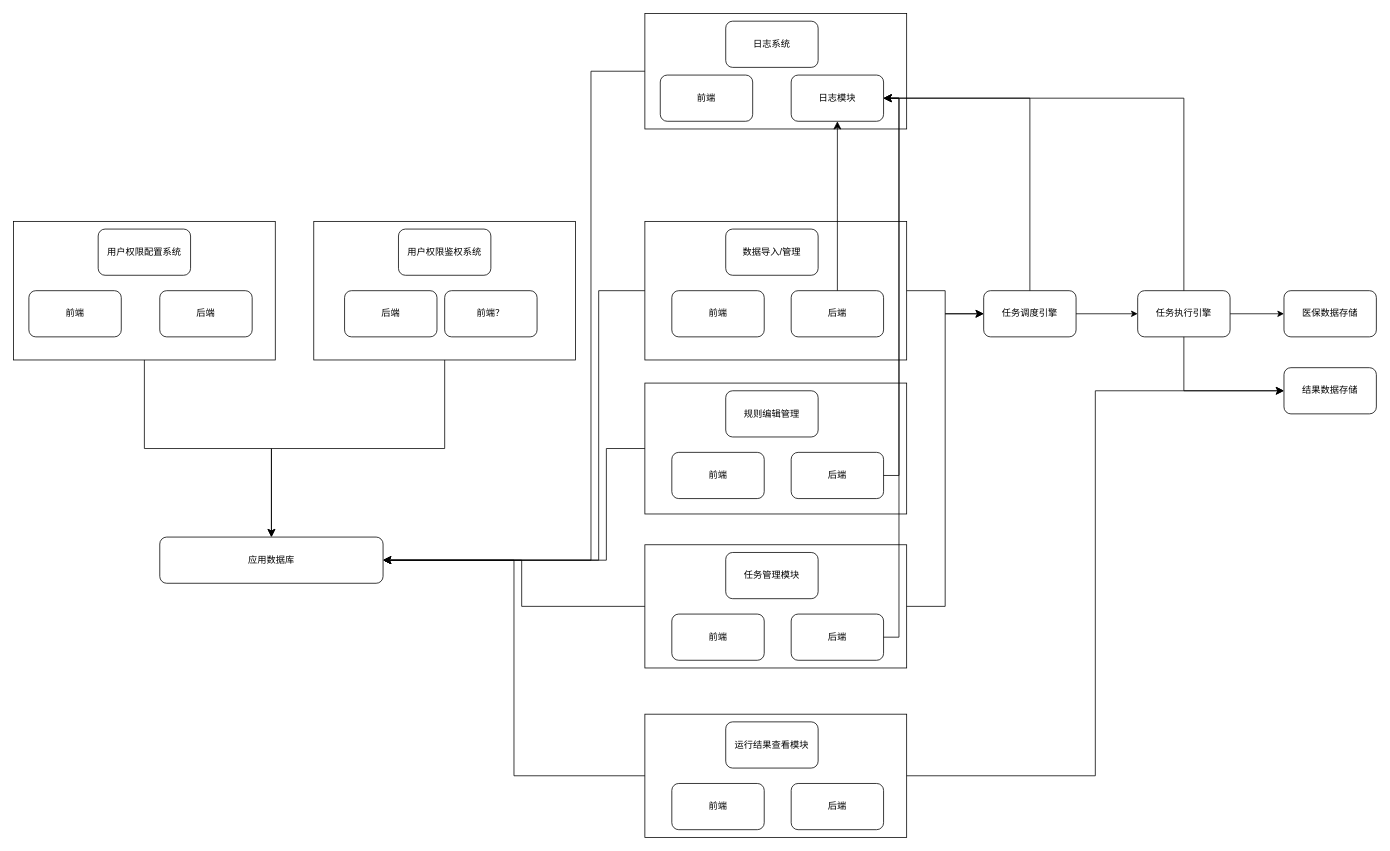
This is page "模块架构" (1 of 4) of 社保架构设计图.drawio from XiaoLiuAI/diagrams, a draw.io file, before an edit. Source tidied: cells renumbered, new cells numbered last; positions are measured from the earlier drawing's top-left corner, leaving out a move shared by most shapes. Both pictures are drawn from the tidied source at 77%, with x=0, y=0 at pixel (13, 13).
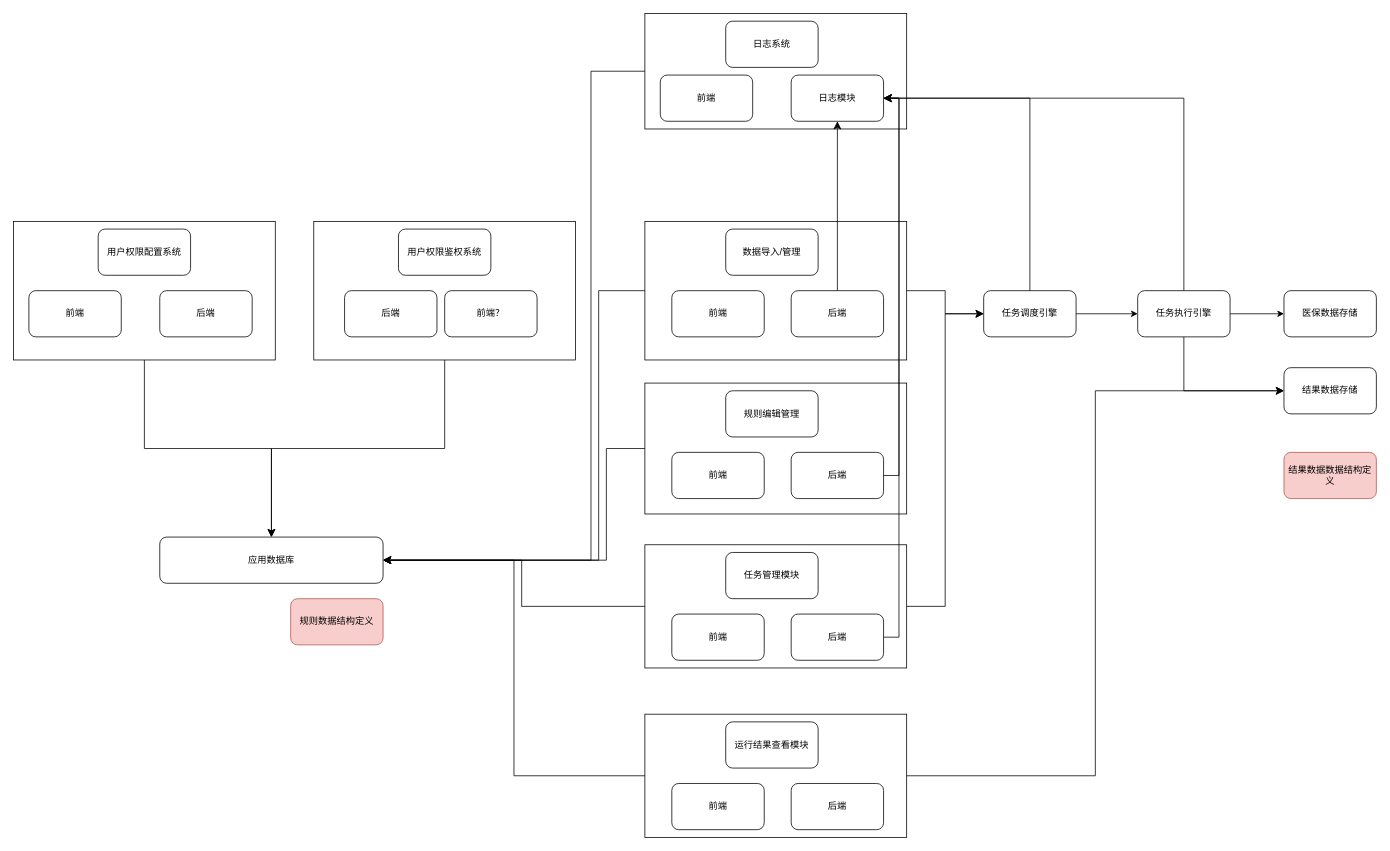
Above is the later version.

Commit message:
更新社保架构设计图.drawio

Change to the diagram source:
```diff
@@
+    <mxCell id="56" value="结果数据数据结构定义" style="rounded=1;whiteSpace=wrap;html=1;fillColor=#f8cecc;strokeColor=#b85450;" parent="1" vertex="1">
+      <mxGeometry x="1650" y="570" width="120" height="60" as="geometry" />
+    </mxCell>
+    <mxCell id="57" value="规则数据结构定义" style="rounded=1;whiteSpace=wrap;html=1;fillColor=#f8cecc;strokeColor=#b85450;" parent="1" vertex="1">
+      <mxGeometry x="360" y="760" width="120" height="60" as="geometry" />
+    </mxCell>
```
